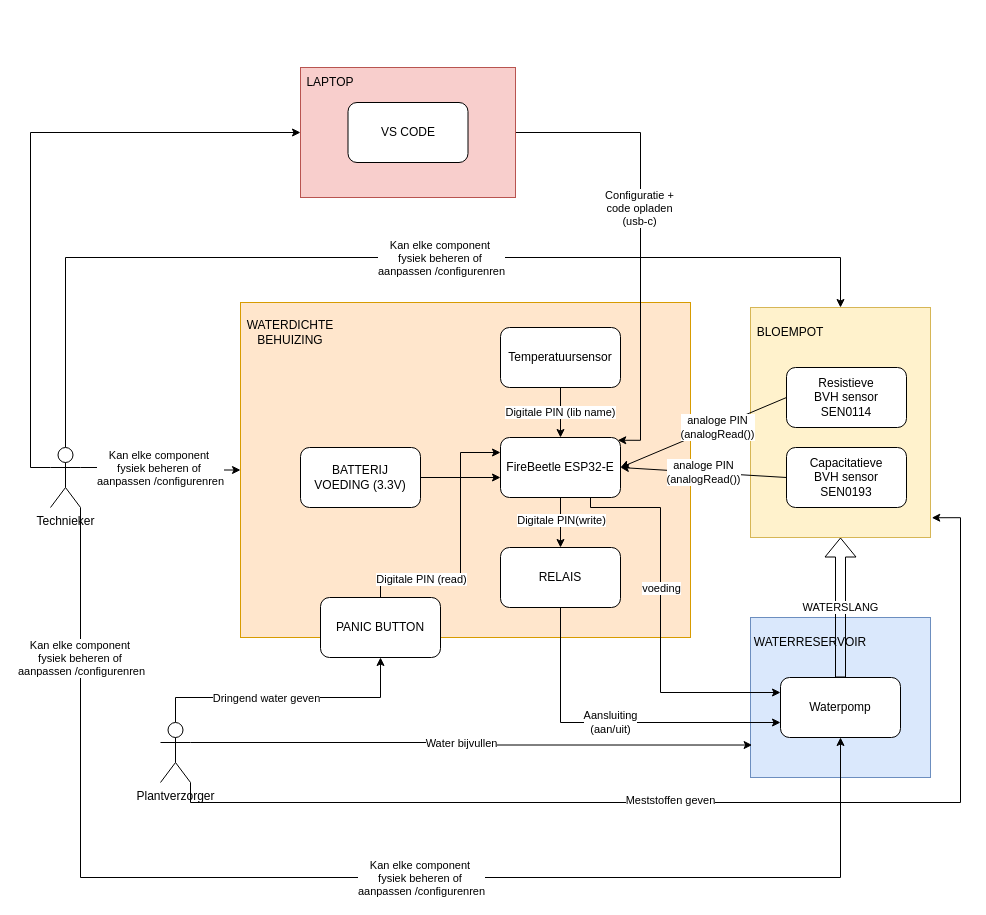
Before: Plantbewateringssysteem.drawio in CruZxPog/Plantbewateringssysteem, a draw.io diagram. Source tidied: cells renumbered, new cells numbered last; positions are measured from the earlier drawing's top-left corner, leaving out a move shared by most shapes. Both pictures are drawn from the tidied source at 100%, with x=0, y=0 at pixel (50, 67).
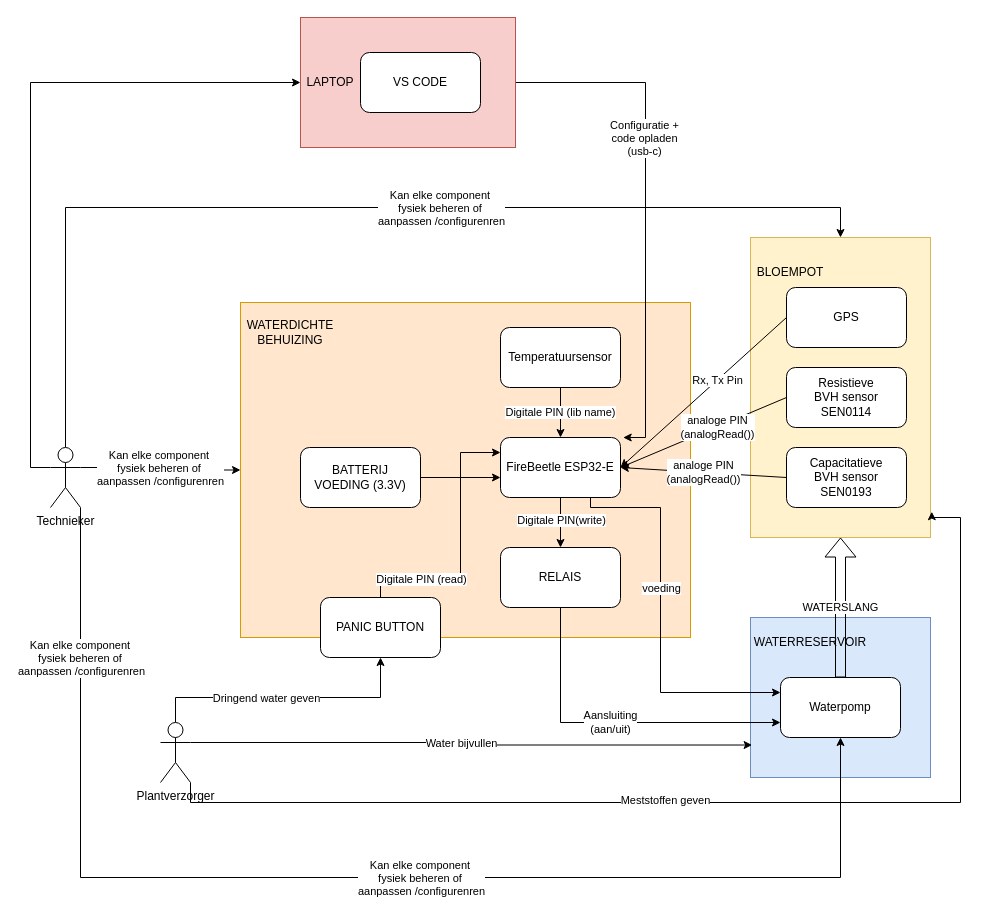
After the change.

Unchanged cells that the change refers to:
```xml
<mxCell id="9" value="FireBeetle ESP32&lt;span style=&quot;background-color: transparent; color: light-dark(rgb(0, 0, 0), rgb(255, 255, 255));&quot;&gt;-E&lt;/span&gt;" style="rounded=1;whiteSpace=wrap;html=1;" parent="1" vertex="1">
  <mxGeometry x="450" y="370" width="120" height="60" as="geometry" />
</mxCell>
<mxCell id="40" value="Technieker" style="shape=umlActor;verticalLabelPosition=bottom;verticalAlign=top;html=1;outlineConnect=0;" parent="1" vertex="1">
  <mxGeometry y="380" width="30" height="60" as="geometry" />
</mxCell>
```

Change to the diagram source:
```diff
@@
     <mxCell id="11" style="rounded=0;whiteSpace=wrap;html=1;fillColor=#fff2cc;strokeColor=#d6b656;" parent="1" vertex="1">
-      <mxGeometry x="700" y="240" width="180" height="230" as="geometry" />
+      <mxGeometry x="700" y="170" width="180" height="300" as="geometry" />
     </mxCell>
     <mxCell id="12" value="BLOEMPOT" style="text;html=1;align=center;verticalAlign=middle;whiteSpace=wrap;rounded=0;" parent="1" vertex="1">
-      <mxGeometry x="710" y="250" width="60" height="30" as="geometry" />
+      <mxGeometry x="710" y="190" width="60" height="30" as="geometry" />
     </mxCell>
@@
     <mxCell id="37" style="edgeStyle=orthogonalEdgeStyle;rounded=0;jettySize=auto;html=1;exitX=0.5;exitY=0;exitDx=0;exitDy=0;exitPerimeter=0;entryX=0.5;entryY=0;entryDx=0;entryDy=0;" parent="1" edge="1" source="40" target="11">
       <mxGeometry relative="1" as="geometry">
         <Array as="points">
-          <mxPoint x="15" y="190" />
-          <mxPoint x="790" y="190" />
+          <mxPoint x="15" y="140" />
+          <mxPoint x="790" y="140" />
         </Array>
       </mxGeometry>
     </mxCell>
@@
     <mxCell id="43" value="Kan elke component&amp;nbsp;&lt;div&gt;fysiek beheren of&amp;nbsp;&lt;/div&gt;&lt;div&gt;aanpassen /configurenren&lt;/div&gt;" style="edgeLabel;html=1;align=center;verticalAlign=middle;" parent="1" vertex="1">
-      <mxGeometry x="390" y="190" as="geometry" />
+      <mxGeometry x="390" y="140" as="geometry" />
     </mxCell>
@@
-    <mxCell id="46" style="edgeStyle=orthogonalEdgeStyle;rounded=0;jettySize=auto;html=1;exitX=0.998;exitY=0.592;exitDx=0;exitDy=0;entryX=0.977;entryY=0.046;entryDx=0;entryDy=0;exitPerimeter=0;entryPerimeter=0;" parent="1" edge="1" source="48" target="9">
+    <mxCell id="46" style="edgeStyle=orthogonalEdgeStyle;rounded=0;jettySize=auto;html=1;exitX=1;exitY=0.5;exitDx=0;exitDy=0;entryX=0.977;entryY=0.046;entryDx=0;entryDy=0;entryPerimeter=0;" parent="1" edge="1" source="48">
       <mxGeometry relative="1" as="geometry">
+        <mxPoint x="572.7" y="370" as="targetPoint" />
         <Array as="points">
-          <mxPoint x="465" y="65" />
-          <mxPoint x="590" y="65" />
-          <mxPoint x="590" y="373" />
+          <mxPoint x="595" y="15" />
+          <mxPoint x="595" y="370" />
         </Array>
       </mxGeometry>
     </mxCell>
     <mxCell id="47" value="Configuratie +&lt;div&gt;code opladen&lt;/div&gt;&lt;div&gt;(usb-c)&lt;/div&gt;" style="edgeLabel;html=1;align=center;verticalAlign=middle;" parent="46" vertex="1">
       <mxGeometry x="-0.17" y="-2" relative="1" as="geometry">
-        <mxPoint y="19" as="offset" />
+        <mxPoint y="-26" as="offset" />
       </mxGeometry>
     </mxCell>
     <mxCell id="48" style="rounded=0;whiteSpace=wrap;html=1;fillColor=#f8cecc;strokeColor=#b85450;" parent="1" vertex="1">
-      <mxGeometry x="250" width="215" height="130" as="geometry" />
+      <mxGeometry x="250" y="-50" width="215" height="130" as="geometry" />
     </mxCell>
@@
     <mxCell id="50" value="VS CODE" style="rounded=1;whiteSpace=wrap;html=1;" parent="1" vertex="1">
-      <mxGeometry x="297.5" y="35" width="120" height="60" as="geometry" />
+      <mxGeometry x="310" y="-15" width="120" height="60" as="geometry" />
     </mxCell>
+    <mxCell id="51" value="GPS" style="rounded=1;whiteSpace=wrap;html=1;" parent="1" vertex="1">
+      <mxGeometry x="736" y="220" width="120" height="60" as="geometry" />
+    </mxCell>
+    <mxCell id="52" style="endArrow=classic;html=1;rounded=0;entryX=1;entryY=0.5;entryDx=0;entryDy=0;exitX=0;exitY=0.5;exitDx=0;exitDy=0;" parent="1" edge="1" source="51" target="9">
+      <mxGeometry relative="1" as="geometry" />
+    </mxCell>
+    <mxCell id="53" value="Rx, Tx Pin" style="edgeLabel;html=1;align=center;verticalAlign=middle;" parent="52" vertex="1">
+      <mxGeometry x="-0.17" relative="1" as="geometry" />
+    </mxCell>
```
